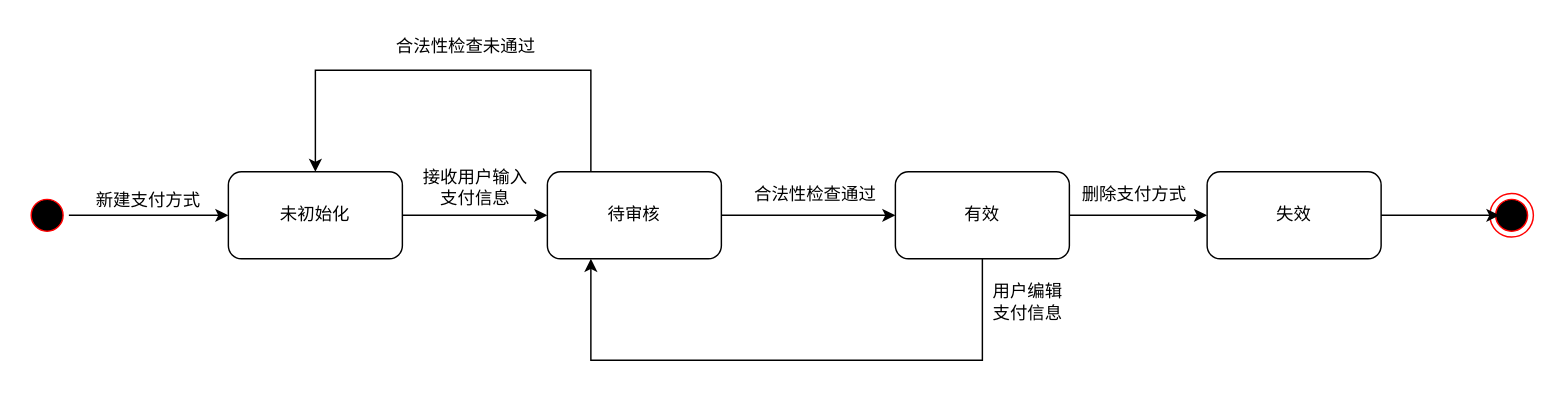
The draw.io diagram TransactionRecord状态图.drawio in PomeloLemon/SoftwareDiagrams, before the edit. Source tidied: cells renumbered, new cells numbered last; positions are measured from the earlier drawing's top-left corner, leaving out a move shared by most shapes. Both pictures are drawn from the tidied source at 145%, with x=0, y=0 at pixel (25, 25).
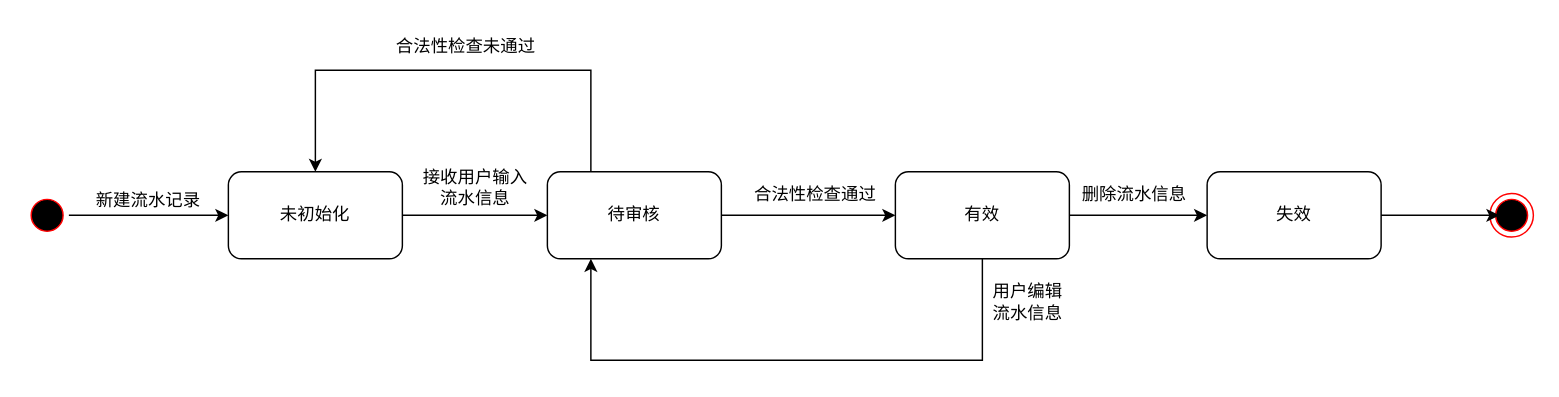
The same diagram, later.

Commit message:
更新TransactionRecord状态图.drawio

What changed in the source:
```diff
@@
-    <mxCell id="6" value="新建支付方式" style="text;html=1;strokeColor=none;fillColor=none;align=center;verticalAlign=middle;whiteSpace=wrap;rounded=0;" parent="1" vertex="1">
+    <mxCell id="6" value="新建流水记录" style="text;html=1;strokeColor=none;fillColor=none;align=center;verticalAlign=middle;whiteSpace=wrap;rounded=0;" parent="1" vertex="1">
       <mxGeometry x="20" y="106" width="130" height="30" as="geometry" />
     </mxCell>
@@
-    <mxCell id="10" value="接收用户输入&lt;br&gt;支付信息" style="text;html=1;align=center;verticalAlign=middle;strokeColor=none;fillColor=none;" parent="1" vertex="1">
+    <mxCell id="10" value="接收用户输入&lt;br&gt;流水信息" style="text;html=1;align=center;verticalAlign=middle;strokeColor=none;fillColor=none;" parent="1" vertex="1">
       <mxGeometry x="260" y="92" width="100" height="40" as="geometry" />
     </mxCell>
@@
-    <mxCell id="15" value="删除支付方式" style="text;html=1;strokeColor=none;fillColor=none;align=center;verticalAlign=middle;whiteSpace=wrap;rounded=0;" parent="1" vertex="1">
+    <mxCell id="15" value="删除流水信息" style="text;html=1;strokeColor=none;fillColor=none;align=center;verticalAlign=middle;whiteSpace=wrap;rounded=0;" parent="1" vertex="1">
       <mxGeometry x="700" y="102" width="130" height="30" as="geometry" />
     </mxCell>
@@
-    <mxCell id="20" value="用户编辑&lt;br&gt;支付信息" style="text;html=1;align=center;verticalAlign=middle;strokeColor=none;fillColor=none;" parent="1" vertex="1">
+    <mxCell id="20" value="用户编辑&lt;br&gt;流水信息" style="text;html=1;align=center;verticalAlign=middle;strokeColor=none;fillColor=none;" parent="1" vertex="1">
       <mxGeometry x="656" y="171" width="70" height="40" as="geometry" />
     </mxCell>
```
